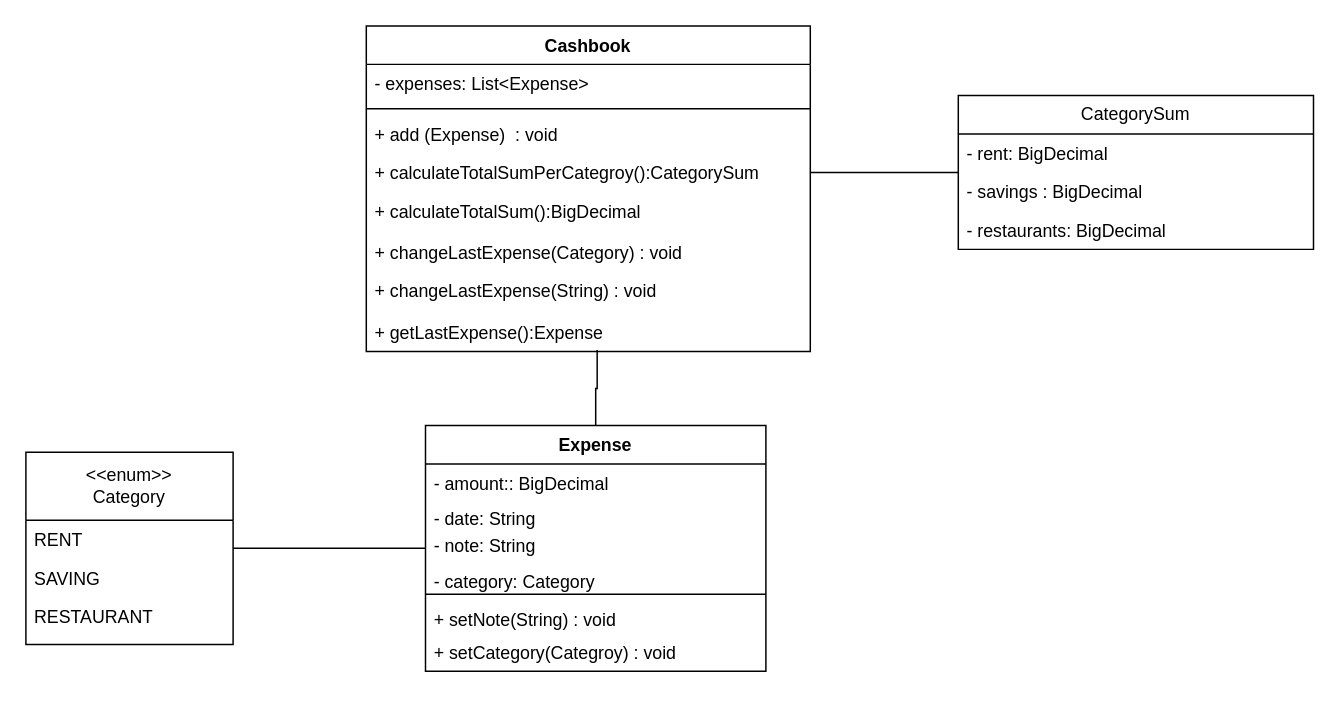
This is ClassDiagram.drawio from BarbaraSachLackner/CashbookSampleSolution, a draw.io file, before an edit. Source tidied: cells renumbered, new cells numbered last; positions are measured from the earlier drawing's top-left corner, leaving out a move shared by most shapes. Both pictures are drawn from the tidied source at 148%, with x=0, y=0 at pixel (25, 25).
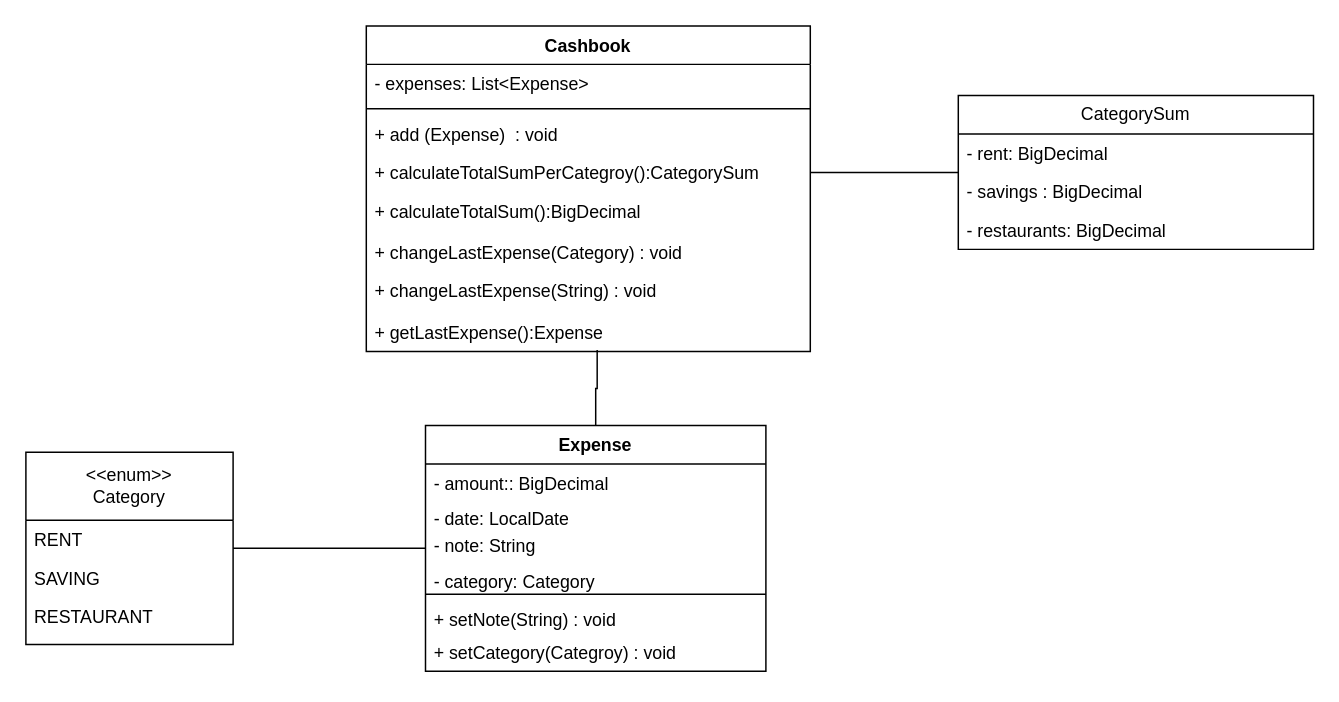
The same diagram, later.

Commit message (it also covers changes not shown here):
updated class diagram

The change refers to these unchanged cells:
```xml
<mxCell id="22" value="Expense" style="swimlane;fontStyle=1;align=center;verticalAlign=top;horizontal=1;startSize=26;whiteSpace=wrap;html=1;" parent="1" vertex="1">
  <mxGeometry x="270" y="270" width="230" height="166" as="geometry" />
</mxCell>
```

The edit, as a diff of the source:
```diff
@@
-    <mxCell id="24" value="- date: String" style="text;strokeColor=none;fillColor=none;align=left;verticalAlign=top;spacingLeft=4;spacingRight=4;overflow=hidden;whiteSpace=wrap;html=1;" parent="22" vertex="1">
+    <mxCell id="24" value="- date: LocalDate&lt;br&gt;" style="text;strokeColor=none;fillColor=none;align=left;verticalAlign=top;spacingLeft=4;spacingRight=4;overflow=hidden;whiteSpace=wrap;html=1;" parent="22" vertex="1">
       <mxGeometry y="50" width="230" height="18" as="geometry" />
     </mxCell>
```
